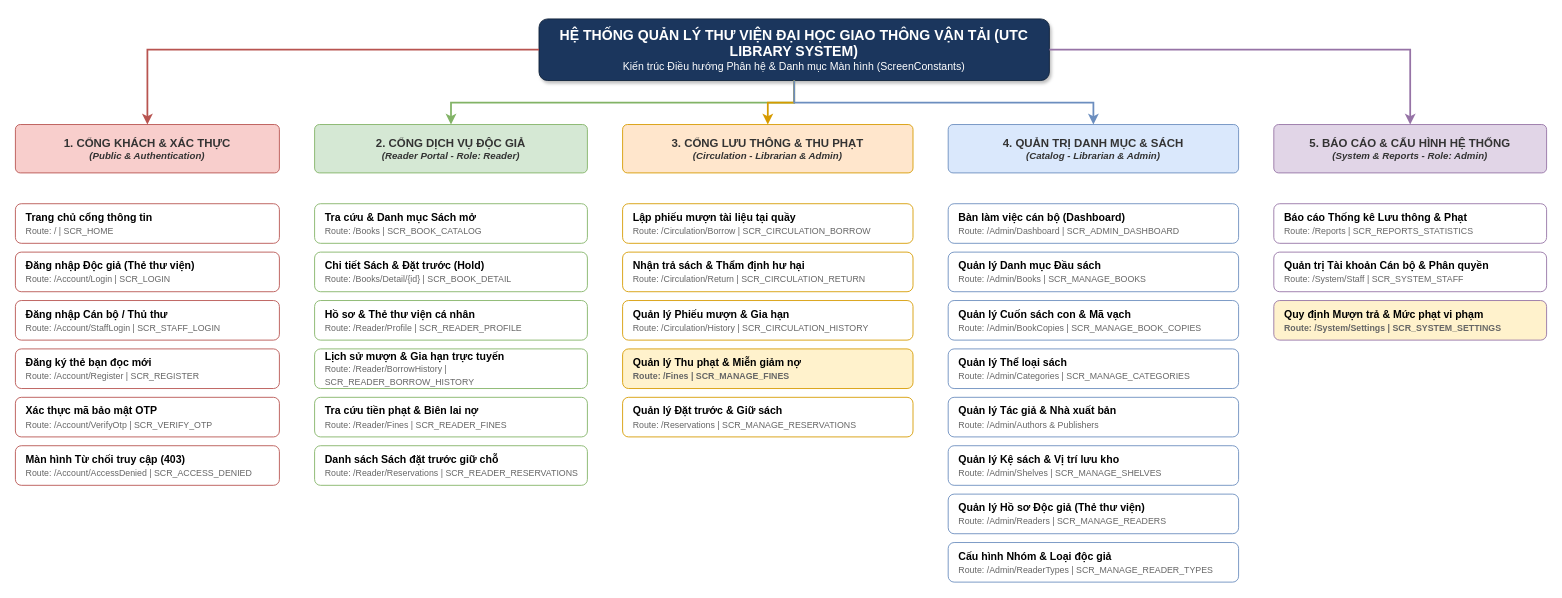
Above: page "1. Sitemap - Kiến trúc toàn hệ thống" (1 of 15) of library_sitemap_and_wireframe.drawio in quocanhh86/library_management (draw.io), before the change. Source tidied: cells renumbered, new cells numbered last; positions are measured from the earlier drawing's top-left corner, leaving out a move shared by most shapes. Both pictures are drawn from the tidied source at 88%, with x=0, y=0 at pixel (15, 18).
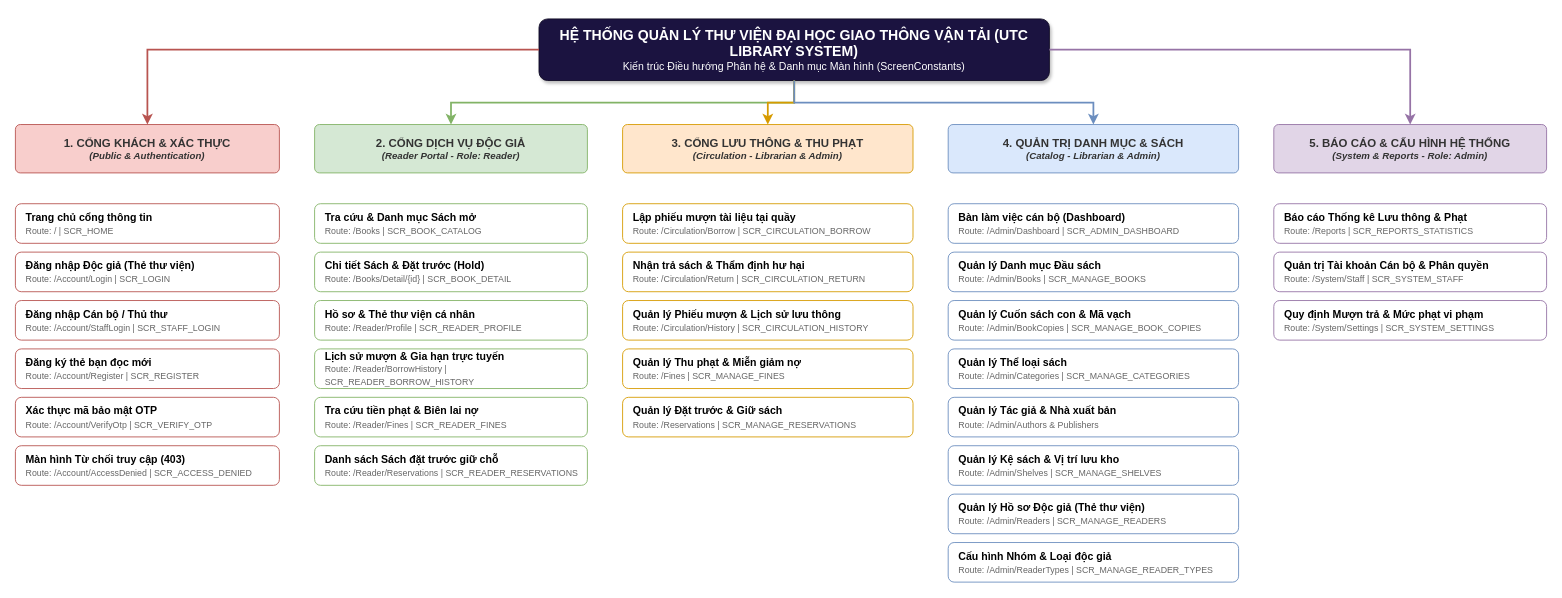
After the change.

Commit message (it also covers changes not shown here):
docs: add full-system sitemap and 14 module wireframes (.drawio) with generator tool

Diff of the diagram source:
```diff
@@
-    <mxCell id="2" value="&lt;b style=&quot;font-size: 16px;&quot;&gt;HỆ THỐNG QUẢN LÝ THƯ VIỆN ĐẠI HỌC GIAO THÔNG VẬN TẢI (UTC LIBRARY SYSTEM)&lt;/b&gt;&lt;br&gt;&lt;span style=&quot;font-size: 12px; font-weight: normal;&quot;&gt;Kiến trúc Điều hướng Phân hệ &amp;amp; Danh mục Màn hình (ScreenConstants)&lt;/span&gt;" style="rounded=1;whiteSpace=wrap;html=1;fillColor=#1b365d;strokeColor=#0f213a;fontColor=#ffffff;arcSize=14;shadow=1;" parent="1" vertex="1">
+    <mxCell id="2" value="&lt;b style=&quot;font-size: 16px;&quot;&gt;HỆ THỐNG QUẢN LÝ THƯ VIỆN ĐẠI HỌC GIAO THÔNG VẬN TẢI (UTC LIBRARY SYSTEM)&lt;/b&gt;&lt;br&gt;&lt;span style=&quot;font-size: 12px; font-weight: normal;&quot;&gt;Kiến trúc Điều hướng Phân hệ &amp;amp; Danh mục Màn hình (ScreenConstants)&lt;/span&gt;" style="rounded=1;whiteSpace=wrap;html=1;fillColor=#1b1340;strokeColor=#0f0b24;fontColor=#ffffff;arcSize=14;shadow=1;" parent="1" vertex="1">
       <mxGeometry x="595" width="580" height="70" as="geometry" />
     </mxCell>
@@
-    <mxCell id="27" value="&lt;b&gt;Quản lý Phiếu mượn &amp;amp; Gia hạn&lt;/b&gt;&lt;br&gt;&lt;font color=&quot;#666666&quot; style=&quot;font-size: 10px;&quot;&gt;Route: /Circulation/History | SCR_CIRCULATION_HISTORY&lt;/font&gt;" style="rounded=1;whiteSpace=wrap;html=1;fillColor=#ffffff;strokeColor=#d79b00;align=left;spacingLeft=10;" parent="1" vertex="1">
+    <mxCell id="27" value="&lt;b&gt;Quản lý Phiếu mượn &amp;amp; Lịch sử lưu thông&lt;/b&gt;&lt;br&gt;&lt;font color=&quot;#666666&quot; style=&quot;font-size: 10px;&quot;&gt;Route: /Circulation/History | SCR_CIRCULATION_HISTORY&lt;/font&gt;" style="rounded=1;whiteSpace=wrap;html=1;fillColor=#ffffff;strokeColor=#d79b00;align=left;spacingLeft=10;" parent="1" vertex="1">
       <mxGeometry x="690" y="320" width="330" height="45" as="geometry" />
     </mxCell>
-    <mxCell id="28" value="&lt;b&gt;Quản lý Thu phạt &amp;amp; Miễn giảm nợ&lt;/b&gt;&lt;br&gt;&lt;font color=&quot;#666666&quot; style=&quot;font-size: 10px;&quot;&gt;Route: /Fines | SCR_MANAGE_FINES&lt;/font&gt;" style="rounded=1;whiteSpace=wrap;html=1;fillColor=#fff2cc;strokeColor=#d79b00;align=left;spacingLeft=10;fontStyle=1;" parent="1" vertex="1">
+    <mxCell id="28" value="&lt;b&gt;Quản lý Thu phạt &amp;amp; Miễn giảm nợ&lt;/b&gt;&lt;br&gt;&lt;font color=&quot;#666666&quot; style=&quot;font-size: 10px;&quot;&gt;Route: /Fines | SCR_MANAGE_FINES&lt;/font&gt;" style="rounded=1;whiteSpace=wrap;html=1;fillColor=#ffffff;strokeColor=#d79b00;align=left;spacingLeft=10;" parent="1" vertex="1">
       <mxGeometry x="690" y="375" width="330" height="45" as="geometry" />
     </mxCell>
@@
-    <mxCell id="40" value="&lt;b&gt;Quy định Mượn trả &amp;amp; Mức phạt vi phạm&lt;/b&gt;&lt;br&gt;&lt;font color=&quot;#666666&quot; style=&quot;font-size: 10px;&quot;&gt;Route: /System/Settings | SCR_SYSTEM_SETTINGS&lt;/font&gt;" style="rounded=1;whiteSpace=wrap;html=1;fillColor=#fff2cc;strokeColor=#9673a6;align=left;spacingLeft=10;fontStyle=1;" parent="1" vertex="1">
+    <mxCell id="40" value="&lt;b&gt;Quy định Mượn trả &amp;amp; Mức phạt vi phạm&lt;/b&gt;&lt;br&gt;&lt;font color=&quot;#666666&quot; style=&quot;font-size: 10px;&quot;&gt;Route: /System/Settings | SCR_SYSTEM_SETTINGS&lt;/font&gt;" style="rounded=1;whiteSpace=wrap;html=1;fillColor=#ffffff;strokeColor=#9673a6;align=left;spacingLeft=10;" parent="1" vertex="1">
       <mxGeometry x="1430" y="320" width="310" height="45" as="geometry" />
     </mxCell>
```
